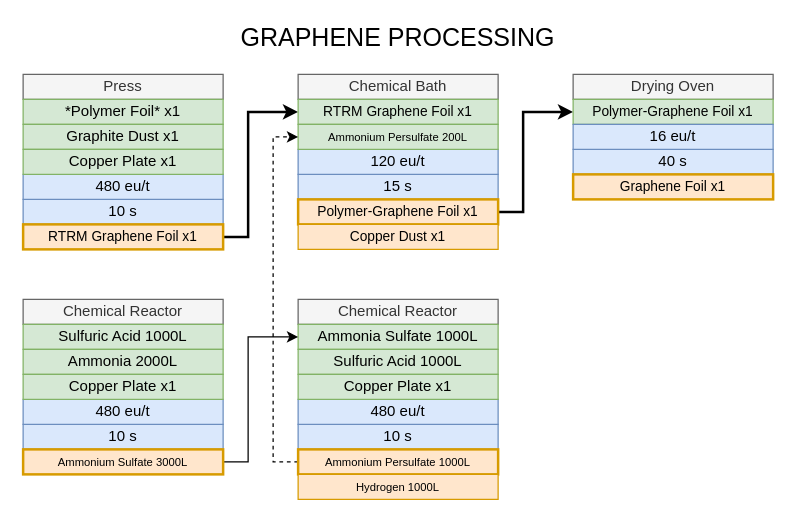
GT-IMPACT/IMPACT-MODPACK keeps this draw.io diagram as concepts/Graphene.drawio. Above is the earlier version. Source tidied: cells renumbered, new cells numbered last; positions are measured from the earlier drawing's top-left corner, leaving out a move shared by most shapes. Both pictures are drawn from the tidied source at 125%, with x=0, y=0 at pixel (22, 24).
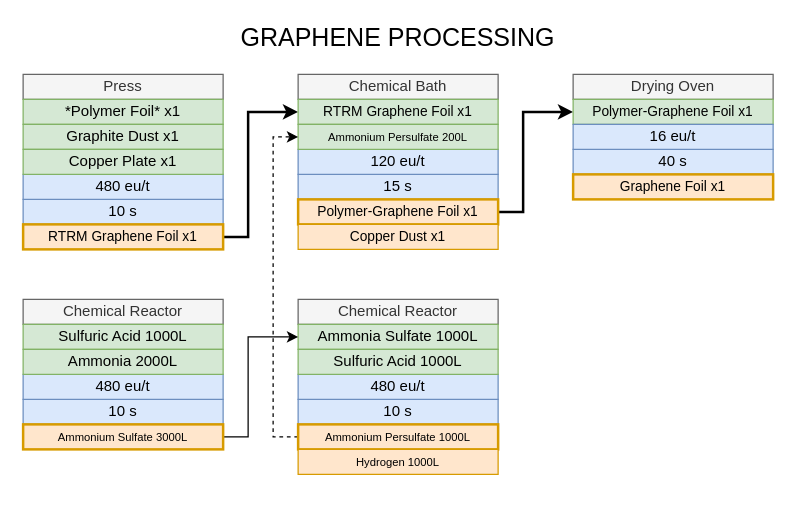
Above is the later version.

The change refers to these unchanged cells:
```xml
<mxCell id="16" value="&lt;span style=&quot;font-size: 9px ; font-family: sans-serif ; text-align: left&quot;&gt;Ammonium Persulfate&lt;/span&gt;&lt;span style=&quot;font-size: 9px&quot;&gt;&amp;nbsp;200L&lt;/span&gt;" style="rounded=0;whiteSpace=wrap;html=1;shadow=0;glass=0;sketch=0;strokeWidth=1;fillColor=#d5e8d4;strokeColor=#82b366;" parent="1" vertex="1">
  <mxGeometry x="220" y="80" width="160" height="20" as="geometry" />
</mxCell>
<mxCell id="25" value="Ammonia Sulfate 1000L" style="rounded=0;whiteSpace=wrap;html=1;shadow=0;glass=0;sketch=0;strokeWidth=1;fillColor=#d5e8d4;strokeColor=#82b366;" parent="1" vertex="1">
  <mxGeometry x="220" y="240" width="160" height="20" as="geometry" />
</mxCell>
```

What changed in the source:
```diff
@@
     <mxCell id="26" value="10 s" style="rounded=0;whiteSpace=wrap;html=1;shadow=0;glass=0;sketch=0;strokeWidth=1;fillColor=#dae8fc;strokeColor=#6c8ebf;" parent="1" vertex="1">
-      <mxGeometry x="220" y="320" width="160" height="20" as="geometry" />
+      <mxGeometry x="220" y="300" width="160" height="20" as="geometry" />
     </mxCell>
     <mxCell id="27" value="480 eu/t" style="rounded=0;whiteSpace=wrap;html=1;shadow=0;glass=0;sketch=0;strokeWidth=1;fillColor=#dae8fc;strokeColor=#6c8ebf;" parent="1" vertex="1">
-      <mxGeometry x="220" y="300" width="160" height="20" as="geometry" />
+      <mxGeometry x="220" y="280" width="160" height="20" as="geometry" />
     </mxCell>
     <mxCell id="28" style="edgeStyle=orthogonalEdgeStyle;rounded=0;jettySize=auto;html=1;entryX=0;entryY=0.5;entryDx=0;entryDy=0;dashed=1;" parent="1" edge="1" source="29" target="16">
       <mxGeometry relative="1" as="geometry">
         <Array as="points">
-          <mxPoint x="200" y="350" />
+          <mxPoint x="200" y="330" />
           <mxPoint x="200" y="90" />
         </Array>
       </mxGeometry>
     </mxCell>
     <mxCell id="29" value="&lt;span style=&quot;font-size: 9px ; font-family: sans-serif ; text-align: left&quot;&gt;Ammonium Persulfate&lt;/span&gt;&lt;span style=&quot;font-size: 9px&quot;&gt;&amp;nbsp;1000L&lt;/span&gt;" style="rounded=0;whiteSpace=wrap;html=1;shadow=0;glass=0;sketch=0;strokeWidth=2;fillColor=#ffe6cc;strokeColor=#d79b00;" parent="1" vertex="1">
-      <mxGeometry x="220" y="340" width="160" height="20" as="geometry" />
+      <mxGeometry x="220" y="320" width="160" height="20" as="geometry" />
     </mxCell>
@@
-    <mxCell id="31" value="Copper Plate x1" style="rounded=0;whiteSpace=wrap;html=1;shadow=0;glass=0;sketch=0;strokeWidth=1;fillColor=#d5e8d4;strokeColor=#82b366;" parent="1" vertex="1">
-      <mxGeometry x="220" y="280" width="160" height="20" as="geometry" />
-    </mxCell>
@@
     <mxCell id="34" value="10 s" style="rounded=0;whiteSpace=wrap;html=1;shadow=0;glass=0;sketch=0;strokeWidth=1;fillColor=#dae8fc;strokeColor=#6c8ebf;" parent="1" vertex="1">
-      <mxGeometry y="320" width="160" height="20" as="geometry" />
+      <mxGeometry y="300" width="160" height="20" as="geometry" />
     </mxCell>
     <mxCell id="35" value="480 eu/t" style="rounded=0;whiteSpace=wrap;html=1;shadow=0;glass=0;sketch=0;strokeWidth=1;fillColor=#dae8fc;strokeColor=#6c8ebf;" parent="1" vertex="1">
-      <mxGeometry y="300" width="160" height="20" as="geometry" />
+      <mxGeometry y="280" width="160" height="20" as="geometry" />
     </mxCell>
     <mxCell id="36" style="edgeStyle=orthogonalEdgeStyle;rounded=0;jettySize=auto;html=1;entryX=0;entryY=0.5;entryDx=0;entryDy=0;" parent="1" edge="1" source="37" target="25">
       <mxGeometry relative="1" as="geometry">
         <Array as="points">
-          <mxPoint x="180" y="350" />
+          <mxPoint x="180" y="330" />
           <mxPoint x="180" y="250" />
         </Array>
       </mxGeometry>
     </mxCell>
     <mxCell id="37" value="&lt;span style=&quot;font-size: 9px ; font-family: sans-serif ; text-align: left&quot;&gt;Ammonium Sulfate&lt;/span&gt;&lt;span style=&quot;font-size: 9px&quot;&gt;&amp;nbsp;3000L&lt;/span&gt;" style="rounded=0;whiteSpace=wrap;html=1;shadow=0;glass=0;sketch=0;strokeWidth=2;fillColor=#ffe6cc;strokeColor=#d79b00;" parent="1" vertex="1">
-      <mxGeometry y="340" width="160" height="20" as="geometry" />
+      <mxGeometry y="320" width="160" height="20" as="geometry" />
     </mxCell>
@@
-    <mxCell id="39" value="Copper Plate x1" style="rounded=0;whiteSpace=wrap;html=1;shadow=0;glass=0;sketch=0;strokeWidth=1;fillColor=#d5e8d4;strokeColor=#82b366;" parent="1" vertex="1">
-      <mxGeometry y="280" width="160" height="20" as="geometry" />
-    </mxCell>
     <mxCell id="40" value="&lt;div style=&quot;text-align: left&quot;&gt;&lt;span style=&quot;font-size: 9px&quot;&gt;&lt;font face=&quot;sans-serif&quot;&gt;Hydrogen&lt;/font&gt; 1000L&lt;/span&gt;&lt;/div&gt;" style="rounded=0;whiteSpace=wrap;html=1;shadow=0;glass=0;sketch=0;strokeWidth=1;fillColor=#ffe6cc;strokeColor=#d79b00;" parent="1" vertex="1">
-      <mxGeometry x="220" y="360" width="160" height="20" as="geometry" />
+      <mxGeometry x="220" y="340" width="160" height="20" as="geometry" />
     </mxCell>
```
